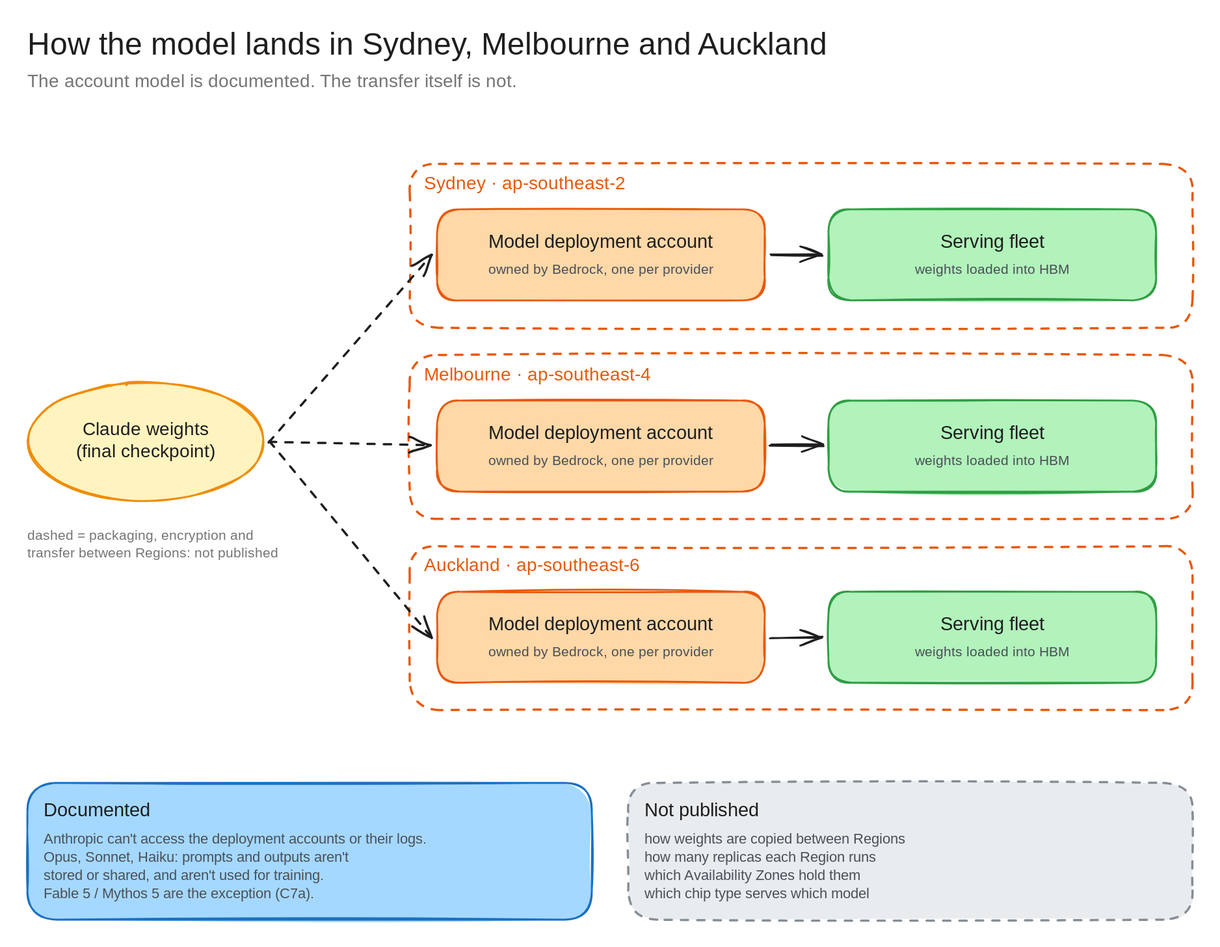
bsnehanshu/slides keeps this Excalidraw diagram as architecture-diagrams/claude-anz-infra-excalidraw/diagrams/c2-weights-to-region.excalidraw.svg. Above is the earlier version. Source tidied: one line per element, renumbered; positions are measured from the earlier drawing's top-left corner, leaving out a move shared by most shapes. Source of this version:
```json
{"id": 0, "type": "text", "text": "How the model lands in Sydney, Melbourne and Auckland", "strokeColor": "#1e1e1e", "strokeWidth": 2, "roughness": 1, "fontSize": 34, "fontFamily": 5, "x": 0, "y": 0, "width": 914, "height": 42}
{"id": 1, "type": "text", "text": "The account model is documented. The transfer itself is not.", "strokeColor": "#757575", "strokeWidth": 2, "roughness": 1, "fontSize": 20, "fontFamily": 5, "x": 0, "y": 48, "width": 604, "height": 25}
{"id": 2, "type": "ellipse", "strokeColor": "#f08c00", "backgroundColor": "#fff3bf", "fillStyle": "solid", "strokeWidth": 2, "roughness": 1, "round": true, "x": 0, "y": 390, "width": 260, "height": 130}
{"id": 3, "type": "text", "text": "Claude weights\n(final checkpoint)", "strokeColor": "#1e1e1e", "strokeWidth": 2, "roughness": 1, "fontSize": 20, "fontFamily": 5, "textAlign": "center", "verticalAlign": "middle", "inside": 2, "x": 44, "y": 430, "width": 171, "height": 50}
{"id": 4, "type": "rectangle", "strokeColor": "#e8590c", "strokeWidth": 2, "strokeStyle": "dashed", "roughness": 1, "round": true, "x": 420, "y": 150, "width": 860, "height": 180}
{"id": 5, "type": "text", "text": "Sydney · ap-southeast-2", "strokeColor": "#e8590c", "strokeWidth": 2, "roughness": 1, "fontSize": 20, "fontFamily": 5, "x": 436, "y": 160, "width": 243, "height": 25}
{"id": 6, "type": "rectangle", "strokeColor": "#e8590c", "backgroundColor": "#ffd8a8", "fillStyle": "solid", "strokeWidth": 2, "roughness": 1, "round": true, "x": 450, "y": 200, "width": 360, "height": 100}
{"id": 7, "type": "text", "text": "Model deployment account", "strokeColor": "#1e1e1e", "strokeWidth": 2, "roughness": 1, "fontSize": 21, "fontFamily": 5, "textAlign": "center", "x": 496, "y": 224, "width": 268, "height": 26}
{"id": 8, "type": "text", "text": "owned by Bedrock, one per provider", "strokeColor": "#495057", "strokeWidth": 2, "roughness": 1, "fontSize": 15, "fontFamily": 5, "textAlign": "center", "x": 499, "y": 258, "width": 262, "height": 19}
{"id": 9, "type": "rectangle", "strokeColor": "#2f9e44", "backgroundColor": "#b2f2bb", "fillStyle": "solid", "strokeWidth": 2, "roughness": 1, "round": true, "x": 880, "y": 200, "width": 360, "height": 100}
{"id": 10, "type": "text", "text": "Serving fleet", "strokeColor": "#1e1e1e", "strokeWidth": 2, "roughness": 1, "fontSize": 21, "fontFamily": 5, "textAlign": "center", "x": 994, "y": 224, "width": 132, "height": 26}
{"id": 11, "type": "text", "text": "weights loaded into HBM", "strokeColor": "#495057", "strokeWidth": 2, "roughness": 1, "fontSize": 15, "fontFamily": 5, "textAlign": "center", "x": 968, "y": 258, "width": 183, "height": 19}
{"id": 12, "type": "arrow", "strokeColor": "#1e1e1e", "strokeWidth": 2, "strokeStyle": "dashed", "roughness": 1, "endArrowhead": "arrow", "round": true, "from": 2, "to": 6, "x": 266, "y": 455, "width": 178, "height": 205, "points": [[0, 0], [178, -205]]}
{"id": 13, "type": "arrow", "strokeColor": "#1e1e1e", "strokeWidth": 2, "roughness": 1, "endArrowhead": "arrow", "round": true, "from": 6, "to": 9, "x": 816, "y": 250, "width": 58, "height": 0, "points": [[0, 0], [58, 0]]}
{"id": 14, "type": "rectangle", "strokeColor": "#e8590c", "strokeWidth": 2, "strokeStyle": "dashed", "roughness": 1, "round": true, "x": 420, "y": 360, "width": 860, "height": 180}
{"id": 15, "type": "text", "text": "Melbourne · ap-southeast-4", "strokeColor": "#e8590c", "strokeWidth": 2, "roughness": 1, "fontSize": 20, "fontFamily": 5, "x": 436, "y": 370, "width": 267, "height": 25}
{"id": 16, "type": "rectangle", "strokeColor": "#e8590c", "backgroundColor": "#ffd8a8", "fillStyle": "solid", "strokeWidth": 2, "roughness": 1, "round": true, "x": 450, "y": 410, "width": 360, "height": 100}
{"id": 17, "type": "text", "text": "Model deployment account", "strokeColor": "#1e1e1e", "strokeWidth": 2, "roughness": 1, "fontSize": 21, "fontFamily": 5, "textAlign": "center", "x": 496, "y": 434, "width": 268, "height": 26}
{"id": 18, "type": "text", "text": "owned by Bedrock, one per provider", "strokeColor": "#495057", "strokeWidth": 2, "roughness": 1, "fontSize": 15, "fontFamily": 5, "textAlign": "center", "x": 499, "y": 468, "width": 262, "height": 19}
{"id": 19, "type": "rectangle", "strokeColor": "#2f9e44", "backgroundColor": "#b2f2bb", "fillStyle": "solid", "strokeWidth": 2, "roughness": 1, "round": true, "x": 880, "y": 410, "width": 360, "height": 100}
{"id": 20, "type": "text", "text": "Serving fleet", "strokeColor": "#1e1e1e", "strokeWidth": 2, "roughness": 1, "fontSize": 21, "fontFamily": 5, "textAlign": "center", "x": 994, "y": 434, "width": 132, "height": 26}
{"id": 21, "type": "text", "text": "weights loaded into HBM", "strokeColor": "#495057", "strokeWidth": 2, "roughness": 1, "fontSize": 15, "fontFamily": 5, "textAlign": "center", "x": 968, "y": 468, "width": 183, "height": 19}
{"id": 22, "type": "arrow", "strokeColor": "#1e1e1e", "strokeWidth": 2, "strokeStyle": "dashed", "roughness": 1, "endArrowhead": "arrow", "round": true, "from": 2, "to": 16, "x": 266, "y": 455, "width": 178, "height": 5, "points": [[0, 0], [178, 5]]}
{"id": 23, "type": "arrow", "strokeColor": "#1e1e1e", "strokeWidth": 2, "roughness": 1, "endArrowhead": "arrow", "round": true, "from": 16, "to": 19, "x": 816, "y": 460, "width": 58, "height": 0, "points": [[0, 0], [58, 0]]}
{"id": 24, "type": "rectangle", "strokeColor": "#e8590c", "strokeWidth": 2, "strokeStyle": "dashed", "roughness": 1, "round": true, "x": 420, "y": 570, "width": 860, "height": 180}
{"id": 25, "type": "text", "text": "Auckland · ap-southeast-6", "strokeColor": "#e8590c", "strokeWidth": 2, "roughness": 1, "fontSize": 20, "fontFamily": 5, "x": 436, "y": 580, "width": 258, "height": 25}
{"id": 26, "type": "rectangle", "strokeColor": "#e8590c", "backgroundColor": "#ffd8a8", "fillStyle": "solid", "strokeWidth": 2, "roughness": 1, "round": true, "x": 450, "y": 620, "width": 360, "height": 100}
{"id": 27, "type": "text", "text": "Model deployment account", "strokeColor": "#1e1e1e", "strokeWidth": 2, "roughness": 1, "fontSize": 21, "fontFamily": 5, "textAlign": "center", "x": 496, "y": 644, "width": 268, "height": 26}
{"id": 28, "type": "text", "text": "owned by Bedrock, one per provider", "strokeColor": "#495057", "strokeWidth": 2, "roughness": 1, "fontSize": 15, "fontFamily": 5, "textAlign": "center", "x": 499, "y": 678, "width": 262, "height": 19}
{"id": 29, "type": "rectangle", "strokeColor": "#2f9e44", "backgroundColor": "#b2f2bb", "fillStyle": "solid", "strokeWidth": 2, "roughness": 1, "round": true, "x": 880, "y": 620, "width": 360, "height": 100}
{"id": 30, "type": "text", "text": "Serving fleet", "strokeColor": "#1e1e1e", "strokeWidth": 2, "roughness": 1, "fontSize": 21, "fontFamily": 5, "textAlign": "center", "x": 994, "y": 644, "width": 132, "height": 26}
{"id": 31, "type": "text", "text": "weights loaded into HBM", "strokeColor": "#495057", "strokeWidth": 2, "roughness": 1, "fontSize": 15, "fontFamily": 5, "textAlign": "center", "x": 968, "y": 678, "width": 183, "height": 19}
{"id": 32, "type": "arrow", "strokeColor": "#1e1e1e", "strokeWidth": 2, "strokeStyle": "dashed", "roughness": 1, "endArrowhead": "arrow", "round": true, "from": 2, "to": 26, "x": 266, "y": 455, "width": 178, "height": 215, "points": [[0, 0], [178, 215]]}
{"id": 33, "type": "arrow", "strokeColor": "#1e1e1e", "strokeWidth": 2, "roughness": 1, "endArrowhead": "arrow", "round": true, "from": 26, "to": 29, "x": 816, "y": 670, "width": 58, "height": 0, "points": [[0, 0], [58, 0]]}
{"id": 34, "type": "text", "text": "dashed = packaging, encryption and\ntransfer between Regions: not published", "strokeColor": "#757575", "strokeWidth": 2, "roughness": 1, "fontSize": 15, "fontFamily": 5, "x": 0, "y": 550, "width": 296, "height": 38}
{"id": 35, "type": "rectangle", "strokeColor": "#1971c2", "backgroundColor": "#a5d8ff", "fillStyle": "solid", "strokeWidth": 2, "roughness": 1, "round": true, "x": 0, "y": 830, "width": 620, "height": 150}
{"id": 36, "type": "text", "text": "Documented", "strokeColor": "#1e1e1e", "strokeWidth": 2, "roughness": 1, "fontSize": 21, "fontFamily": 5, "x": 18, "y": 848, "width": 125, "height": 26}
{"id": 37, "type": "text", "text": "Anthropic can't access the deployment accounts or their logs.\nOpus, Sonnet, Haiku: prompts and outputs aren't\nstored or shared, and aren't used for training.\nFable 5 / Mythos 5 are the exception (C7a).", "strokeColor": "#495057", "strokeWidth": 2, "roughness": 1, "fontSize": 16, "fontFamily": 5, "x": 18, "y": 882, "width": 486, "height": 80}
{"id": 38, "type": "rectangle", "strokeColor": "#868e96", "backgroundColor": "#e9ecef", "fillStyle": "solid", "strokeWidth": 2, "strokeStyle": "dashed", "roughness": 1, "round": true, "x": 660, "y": 830, "width": 620, "height": 150}
{"id": 39, "type": "text", "text": "Not published", "strokeColor": "#1e1e1e", "strokeWidth": 2, "roughness": 1, "fontSize": 21, "fontFamily": 5, "x": 678, "y": 848, "width": 140, "height": 26}
{"id": 40, "type": "text", "text": "how weights are copied between Regions\nhow many replicas each Region runs\nwhich Availability Zones hold them\nwhich chip type serves which model", "strokeColor": "#495057", "strokeWidth": 2, "roughness": 1, "fontSize": 16, "fontFamily": 5, "x": 678, "y": 882, "width": 319, "height": 80}
```
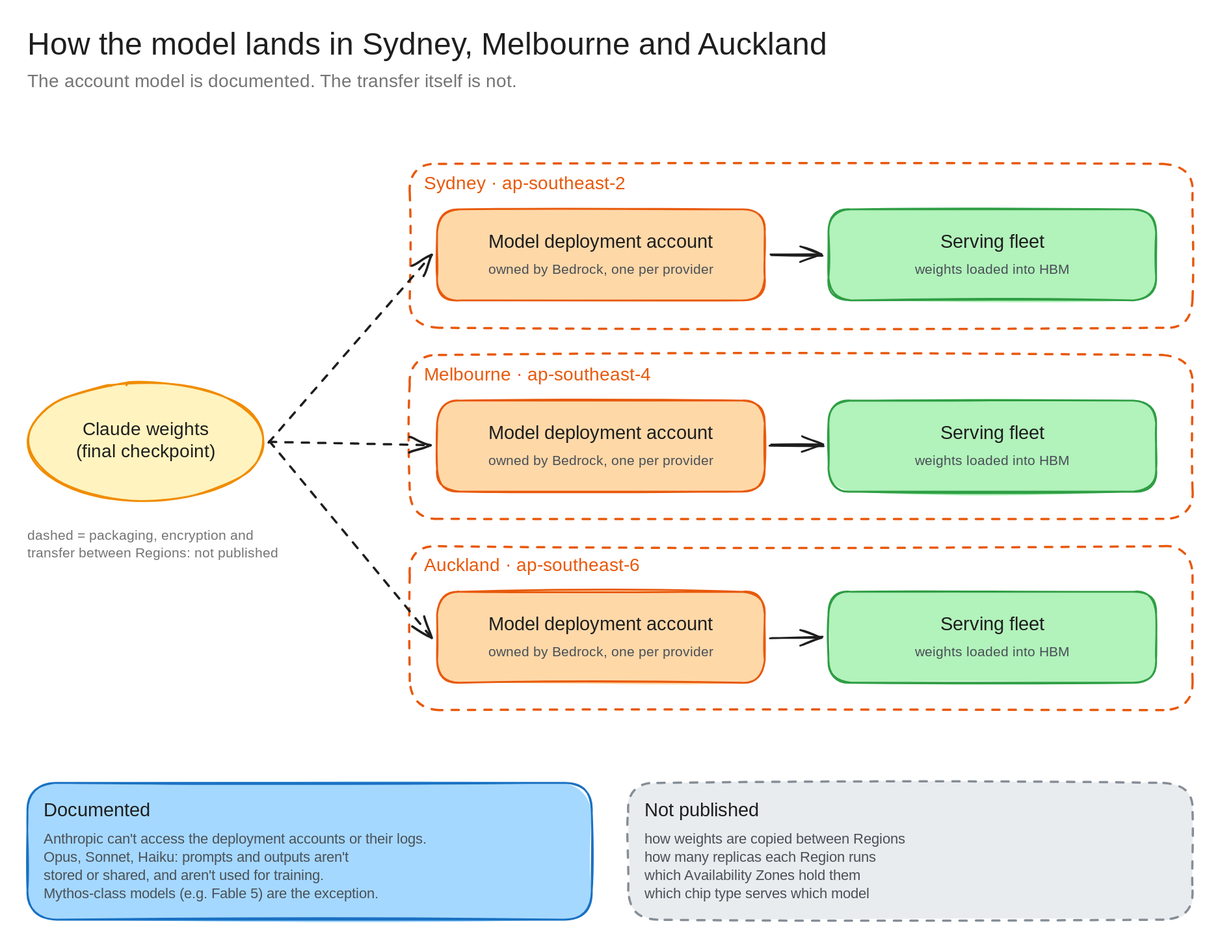
The same file after the commit.

Diff of the diagram source:
```diff
@@ -35,7 +35,7 @@
 {"id": 34, "type": "text", "text": "dashed = packaging, encryption and\ntransfer between Regions: not published", "strokeColor": "#757575", "strokeWidth": 2, "roughness": 1, "fontSize": 15, "fontFamily": 5, "x": 0, "y": 550, "width": 296, "height": 38}
 {"id": 35, "type": "rectangle", "strokeColor": "#1971c2", "backgroundColor": "#a5d8ff", "fillStyle": "solid", "strokeWidth": 2, "roughness": 1, "round": true, "x": 0, "y": 830, "width": 620, "height": 150}
 {"id": 36, "type": "text", "text": "Documented", "strokeColor": "#1e1e1e", "strokeWidth": 2, "roughness": 1, "fontSize": 21, "fontFamily": 5, "x": 18, "y": 848, "width": 125, "height": 26}
-{"id": 37, "type": "text", "text": "Anthropic can't access the deployment accounts or their logs.\nOpus, Sonnet, Haiku: prompts and outputs aren't\nstored or shared, and aren't used for training.\nFable 5 / Mythos 5 are the exception (C7a).", "strokeColor": "#495057", "strokeWidth": 2, "roughness": 1, "fontSize": 16, "fontFamily": 5, "x": 18, "y": 882, "width": 486, "height": 80}
+{"id": 37, "type": "text", "text": "Anthropic can't access the deployment accounts or their logs.\nOpus, Sonnet, Haiku: prompts and outputs aren't\nstored or shared, and aren't used for training.\nMythos-class models (e.g. Fable 5) are the exception.", "strokeColor": "#495057", "strokeWidth": 2, "roughness": 1, "fontSize": 16, "fontFamily": 5, "x": 18, "y": 882, "width": 486, "height": 80}
 {"id": 38, "type": "rectangle", "strokeColor": "#868e96", "backgroundColor": "#e9ecef", "fillStyle": "solid", "strokeWidth": 2, "strokeStyle": "dashed", "roughness": 1, "round": true, "x": 660, "y": 830, "width": 620, "height": 150}
 {"id": 39, "type": "text", "text": "Not published", "strokeColor": "#1e1e1e", "strokeWidth": 2, "roughness": 1, "fontSize": 21, "fontFamily": 5, "x": 678, "y": 848, "width": 140, "height": 26}
 {"id": 40, "type": "text", "text": "how weights are copied between Regions\nhow many replicas each Region runs\nwhich Availability Zones hold them\nwhich chip type serves which model", "strokeColor": "#495057", "strokeWidth": 2, "roughness": 1, "fontSize": 16, "fontFamily": 5, "x": 678, "y": 882, "width": 319, "height": 80}
```
